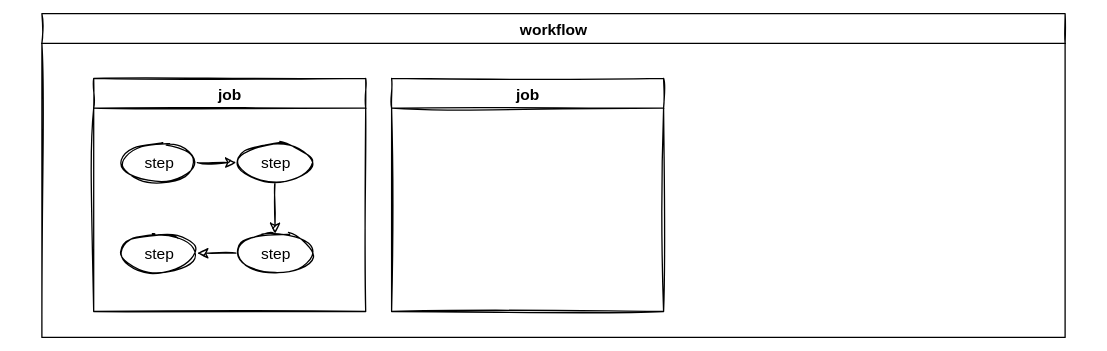
The draw.io diagram 笔记/前端/工程化/Untitled Diagram.svg in Echo-Yanglulu/obsidianPrivateNote, before a commit. Source tidied: cells renumbered, new cells last; positions are measured from the earlier drawing's top-left corner, leaving out a move shared by most shapes.
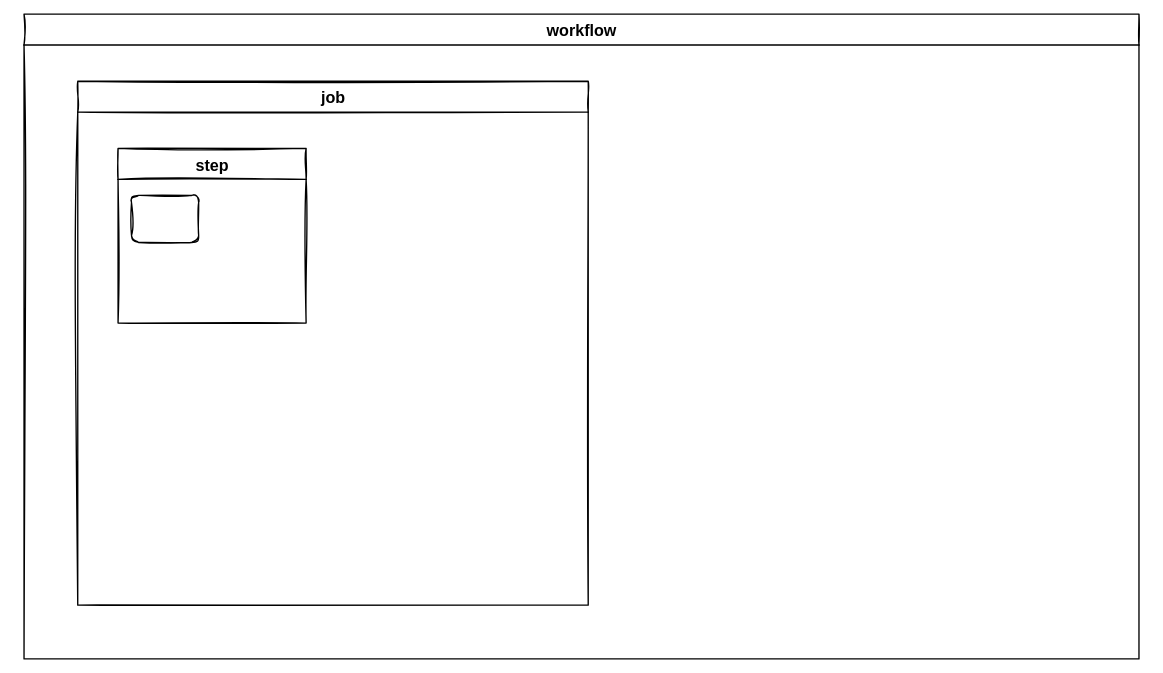
The same file after the commit.

Diff of the diagram source:
```diff
@@ -3,34 +3,16 @@
     <mxCell id="0" />
     <mxCell id="1" parent="0" />
     <mxCell id="2" value="workflow" style="swimlane;" parent="1" vertex="1">
-      <mxGeometry width="790" height="250" as="geometry" />
+      <mxGeometry width="830" height="480" as="geometry" />
     </mxCell>
     <mxCell id="3" value="job" style="swimlane;" parent="2" vertex="1">
-      <mxGeometry x="40" y="50" width="210" height="180" as="geometry" />
+      <mxGeometry x="40" y="50" width="380" height="390" as="geometry" />
     </mxCell>
-    <mxCell id="4" style="edgeStyle=none;html=1;" parent="3" edge="1" source="5" target="7">
-      <mxGeometry relative="1" as="geometry" />
-    </mxCell>
-    <mxCell id="5" value="step" style="ellipse;whiteSpace=wrap;html=1;" parent="3" vertex="1">
-      <mxGeometry x="20" y="50" width="60" height="30" as="geometry" />
-    </mxCell>
-    <mxCell id="6" style="edgeStyle=none;html=1;entryX=0.5;entryY=0;entryDx=0;entryDy=0;" parent="3" edge="1" source="7" target="9">
-      <mxGeometry relative="1" as="geometry" />
-    </mxCell>
-    <mxCell id="7" value="step" style="ellipse;whiteSpace=wrap;html=1;" parent="3" vertex="1">
-      <mxGeometry x="110" y="50" width="60" height="30" as="geometry" />
-    </mxCell>
-    <mxCell id="8" style="edgeStyle=none;html=1;" parent="3" edge="1" source="9" target="10">
-      <mxGeometry relative="1" as="geometry" />
+    <mxCell id="8" value="step" style="swimlane;" parent="3" vertex="1">
+      <mxGeometry x="30" y="50" width="140" height="130" as="geometry" />
     </mxCell>
-    <mxCell id="9" value="step" style="ellipse;whiteSpace=wrap;html=1;" parent="3" vertex="1">
-      <mxGeometry x="110" y="120" width="60" height="30" as="geometry" />
-    </mxCell>
-    <mxCell id="10" value="step" style="ellipse;whiteSpace=wrap;html=1;" parent="3" vertex="1">
-      <mxGeometry x="20" y="120" width="60" height="30" as="geometry" />
-    </mxCell>
-    <mxCell id="11" value="job" style="swimlane;" parent="2" vertex="1">
-      <mxGeometry x="270" y="50" width="210" height="180" as="geometry" />
-    </mxCell>
+    <mxCell id="12" style="rounded=1;whiteSpace=wrap;html=1;" parent="8" vertex="1">
+      <mxGeometry x="10" y="35" width="50" height="35" as="geometry" />
+    </mxCell>
   </root>
 </mxGraphModel>
```
